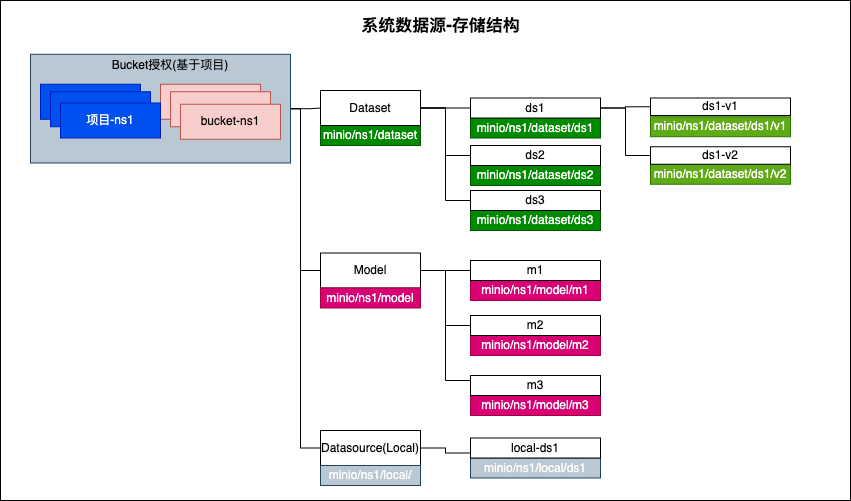
Before: assets/system_datasource.drawio.png, a diagram exported from draw.io (kubeagi/arcadia). Source tidied: cells renumbered, new cells last; positions are measured from the earlier drawing's top-left corner, leaving out a move shared by most shapes.
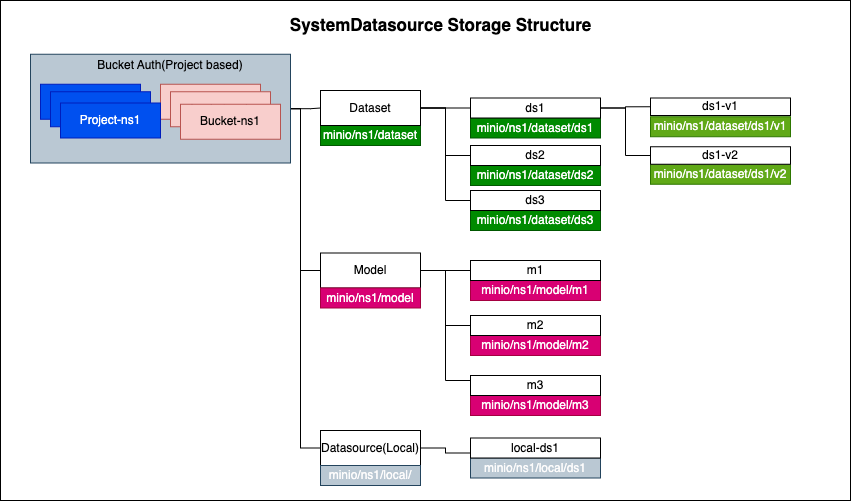
After the change.

Diff of the diagram source:
```diff
@@ -27,7 +27,7 @@
     <mxCell id="6" style="rounded=0;whiteSpace=wrap;html=1;fillColor=#bac8d3;strokeColor=#23445d;" parent="1" vertex="1">
       <mxGeometry x="30" y="53.8" width="260" height="108.8" as="geometry" />
     </mxCell>
-    <mxCell id="7" value="Bucket授权(基于项目)" style="text;html=1;strokeColor=none;fillColor=none;align=center;verticalAlign=middle;whiteSpace=wrap;rounded=0;" parent="1" vertex="1">
+    <mxCell id="7" value="Bucket Auth(Project based)" style="text;html=1;strokeColor=none;fillColor=none;align=center;verticalAlign=middle;whiteSpace=wrap;rounded=0;" parent="1" vertex="1">
       <mxGeometry x="90" y="40" width="160" height="50" as="geometry" />
     </mxCell>
     <mxCell id="8" value="项目-ns1" style="rounded=0;whiteSpace=wrap;html=1;fillColor=#0050ef;fontColor=#ffffff;strokeColor=#001DBC;" parent="1" vertex="1">
@@ -120,8 +120,8 @@
     <mxCell id="37" value="ds1-v2" style="rounded=0;whiteSpace=wrap;html=1;" parent="1" vertex="1">
       <mxGeometry x="650" y="146.2" width="140" height="17.5" as="geometry" />
     </mxCell>
-    <mxCell id="38" value="&lt;font color=&quot;#000000&quot; style=&quot;font-size: 17px;&quot;&gt;系统数据源-存储结构&lt;/font&gt;" style="text;html=1;align=center;verticalAlign=middle;fillColor=none;strokeColor=none;rounded=0;fontColor=#FDFCFC;fontStyle=1;fontSize=17;" parent="1" vertex="1">
-      <mxGeometry x="350" y="10" width="180" height="30" as="geometry" />
+    <mxCell id="38" value="&lt;font color=&quot;#000000&quot; style=&quot;font-size: 17px;&quot;&gt;SystemDatasource Storage Structure&lt;/font&gt;" style="text;html=1;align=center;verticalAlign=middle;fillColor=none;strokeColor=none;rounded=0;fontColor=#FDFCFC;fontStyle=1;fontSize=17;" parent="1" vertex="1">
+      <mxGeometry x="280" y="10" width="320" height="30" as="geometry" />
     </mxCell>
     <mxCell id="39" value="项目-ns1" style="rounded=0;whiteSpace=wrap;html=1;fillColor=#0050ef;fontColor=#ffffff;strokeColor=#001DBC;" parent="1" vertex="1">
       <mxGeometry x="50" y="91.2" width="100" height="35" as="geometry" />
@@ -129,10 +129,10 @@
     <mxCell id="40" value="bucket-ns1" style="rounded=0;whiteSpace=wrap;html=1;fillColor=#f8cecc;strokeColor=#b85450;" parent="1" vertex="1">
       <mxGeometry x="170" y="91.2" width="100" height="35" as="geometry" />
     </mxCell>
-    <mxCell id="41" value="项目-ns1" style="rounded=0;whiteSpace=wrap;html=1;fillColor=#0050ef;fontColor=#ffffff;strokeColor=#001DBC;" parent="1" vertex="1">
+    <mxCell id="41" value="Project-ns1" style="rounded=0;whiteSpace=wrap;html=1;fillColor=#0050ef;fontColor=#ffffff;strokeColor=#001DBC;" parent="1" vertex="1">
       <mxGeometry x="60" y="102.5" width="100" height="35" as="geometry" />
     </mxCell>
-    <mxCell id="42" value="bucket-ns1" style="rounded=0;whiteSpace=wrap;html=1;fillColor=#f8cecc;strokeColor=#b85450;" parent="1" vertex="1">
+    <mxCell id="42" value="Bucket-ns1" style="rounded=0;whiteSpace=wrap;html=1;fillColor=#f8cecc;strokeColor=#b85450;" parent="1" vertex="1">
       <mxGeometry x="180" y="103.8" width="100" height="35" as="geometry" />
     </mxCell>
     <mxCell id="43" style="edgeStyle=orthogonalEdgeStyle;rounded=0;jettySize=auto;html=1;entryX=0;entryY=0.75;entryDx=0;entryDy=0;fontSize=17;fontColor=#000000;endArrow=none;endFill=0;" parent="1" edge="1" source="44" target="47">
```
